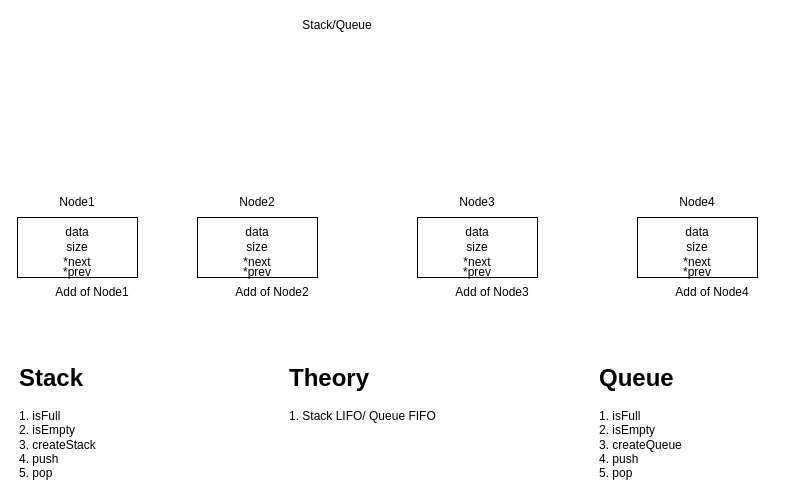
The draw.io diagram Basic Revision of C/stackqueue.drawio in 0vibecode/Codiging-challenge-CP, before the edit. Source tidied: cells renumbered, new cells numbered last; positions are measured from the earlier drawing's top-left corner, leaving out a move shared by most shapes. Both pictures are drawn from the tidied source at 100%, with x=0, y=0 at pixel (17, 17).
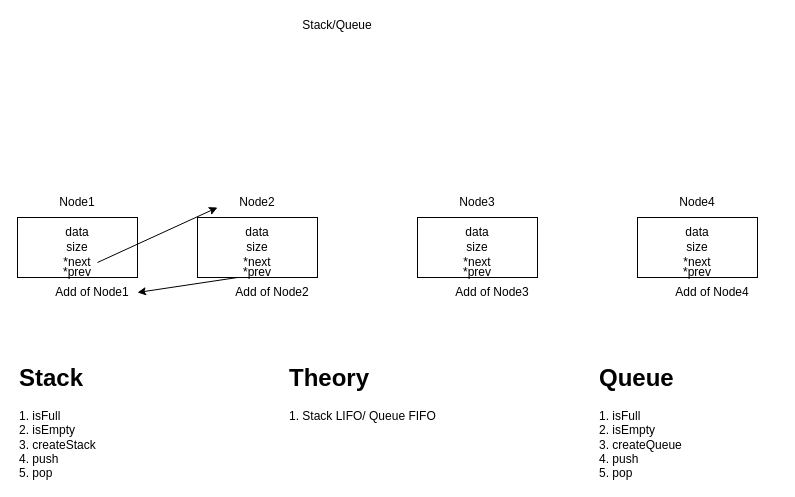
The same page after the edit.

Commit message (it also covers changes not shown here):
stack/queue basic not tested with push function

Unchanged cells that the change refers to:
```xml
<mxCell id="14" value="Add of Node1" style="text;html=1;align=center;verticalAlign=middle;whiteSpace=wrap;rounded=0;" parent="1" vertex="1">
  <mxGeometry x="30" y="260" width="90" height="30" as="geometry" />
</mxCell>
```

Change to the diagram source:
```diff
@@
+    <mxCell id="34" style="endArrow=classic;html=1;entryX=1;entryY=0.5;entryDx=0;entryDy=0;" parent="1" edge="1" target="14">
+      <mxGeometry relative="1" as="geometry">
+        <mxPoint x="220" y="260" as="sourcePoint" />
+      </mxGeometry>
+    </mxCell>
+    <mxCell id="35" style="endArrow=classic;html=1;" parent="1" edge="1">
+      <mxGeometry relative="1" as="geometry">
+        <mxPoint x="80" y="245" as="sourcePoint" />
+        <mxPoint x="200" y="190" as="targetPoint" />
+      </mxGeometry>
+    </mxCell>
```
